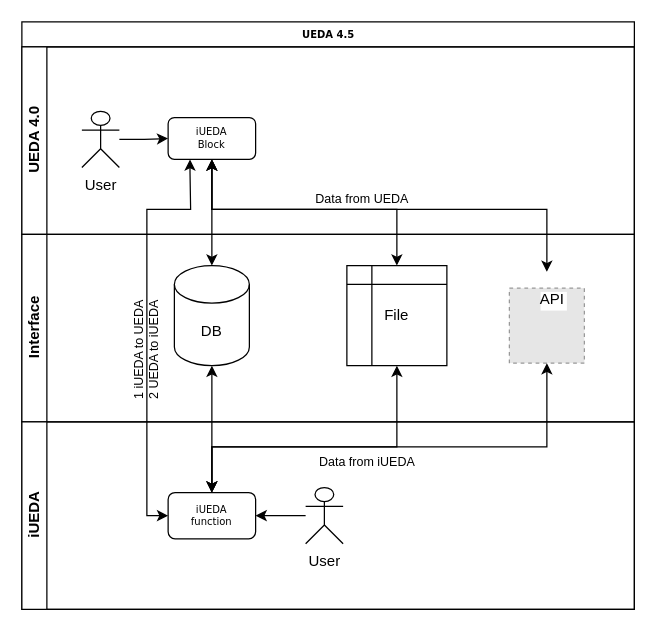
Above: ueda&iueda.drawio in JunXianWu/EllisoWeb (draw.io), before the change. Source tidied: cells renumbered, new cells numbered last; positions are measured from the earlier drawing's top-left corner, leaving out a move shared by most shapes. Both pictures are drawn from the tidied source at 125%, with x=0, y=0 at pixel (21, 21). Pictures stored in the file or linked from it are replaced by grey dashed boxes.
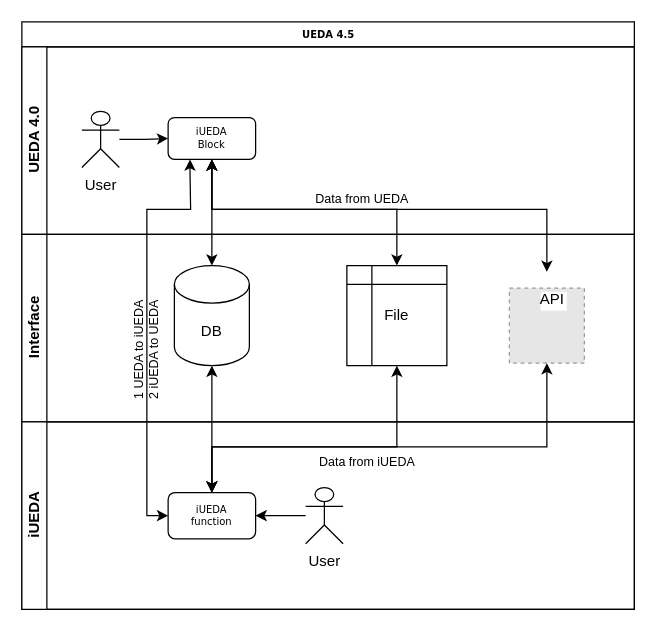
After the change.

The change refers to these unchanged cells:
```xml
<mxCell id="15" style="edgeStyle=orthogonalEdgeStyle;rounded=0;jettySize=auto;html=1;entryX=0;entryY=0.5;entryDx=0;entryDy=0;startArrow=classic;startFill=1;exitX=0.25;exitY=1;exitDx=0;exitDy=0;" parent="2" edge="1" source="4" target="12">
  <mxGeometry relative="1" as="geometry">
    <Array as="points">
      <mxPoint x="135" y="120" />
      <mxPoint x="135" y="120" />
      <mxPoint x="135" y="150" />
      <mxPoint x="100" y="150" />
      <mxPoint x="100" y="395" />
    </Array>
  </mxGeometry>
</mxCell>
```

The edit, as a diff of the source:
```diff
@@
-    <mxCell id="16" value="1 iUEDA to UEDA&lt;br&gt;2 UEDA to iUEDA" style="edgeLabel;html=1;align=center;verticalAlign=middle;horizontal=0;fontSize=10;labelBackgroundColor=none;" parent="15" vertex="1">
+    <mxCell id="16" value="1 UEDA to iUEDA&lt;br&gt;2 iUEDA to UEDA" style="edgeLabel;html=1;align=center;verticalAlign=middle;horizontal=0;fontSize=10;labelBackgroundColor=none;" parent="15" vertex="1">
       <mxGeometry x="-0.25" relative="1" as="geometry">
         <mxPoint x="-1" y="63" as="offset" />
       </mxGeometry>
     </mxCell>
```
